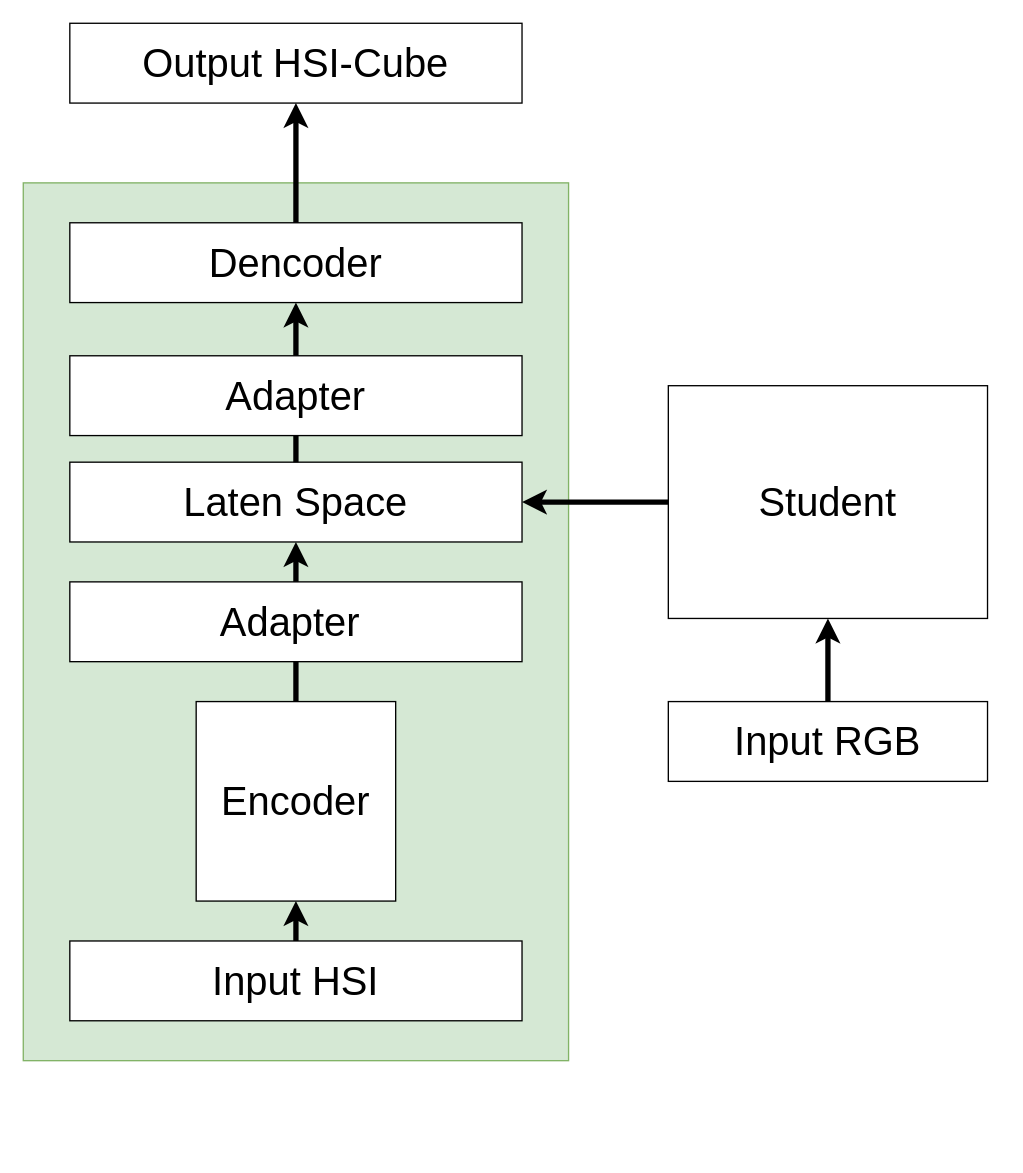
Above: LAB_TSM_v2.drawio in Kevb-source/diagramms.net (draw.io), before the change. Source tidied: cells renumbered, new cells numbered last; positions are measured from the earlier drawing's top-left corner, leaving out a move shared by most shapes. Both pictures are drawn from the tidied source at 133%, with x=0, y=0 at pixel (23, 23).
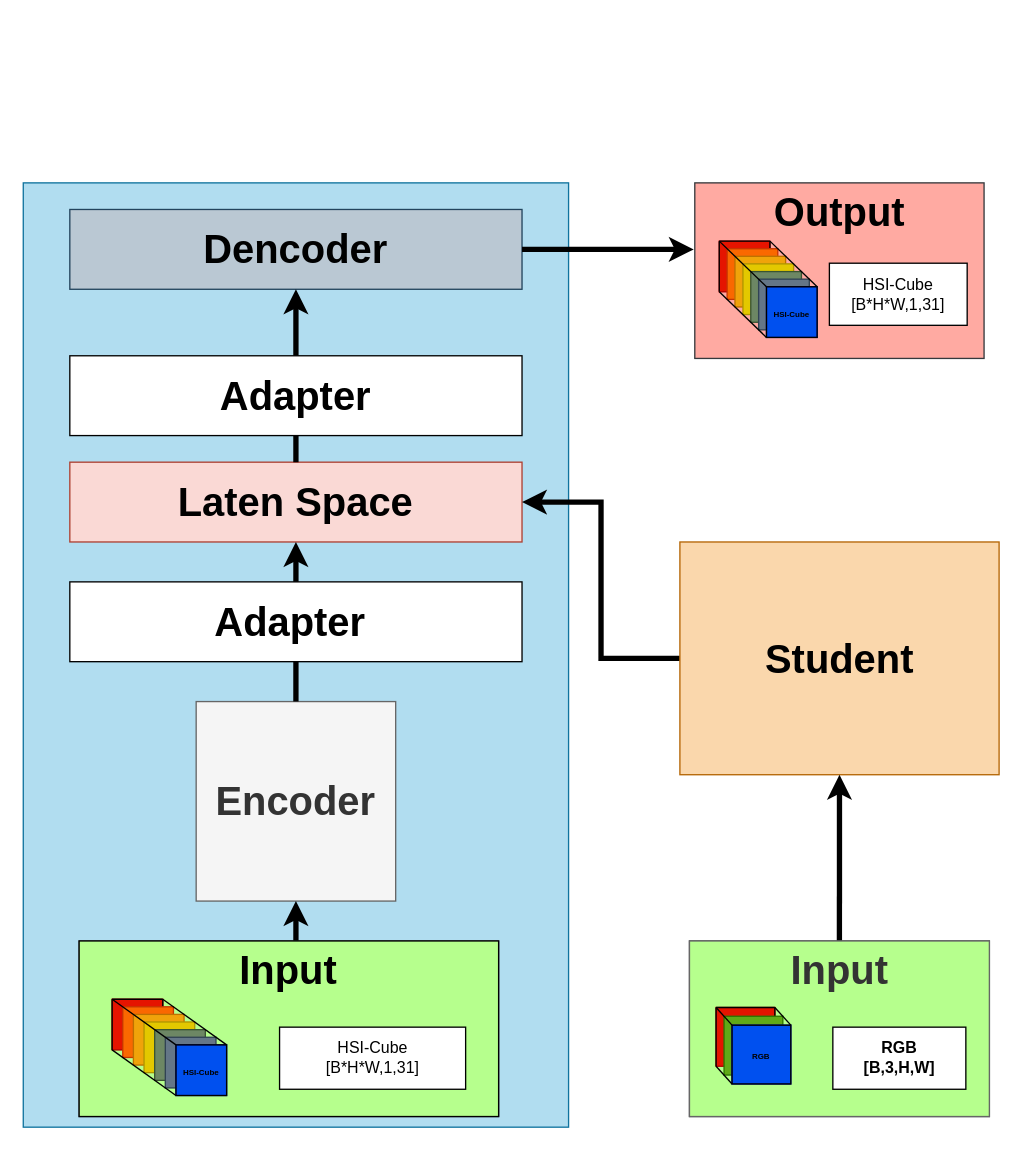
The same diagram, later.

Diff of the diagram source:
```diff
@@
-    <mxCell id="2" style="rounded=0;whiteSpace=wrap;html=1;fillColor=#d5e8d4;strokeColor=#82b366;" parent="1" vertex="1">
-      <mxGeometry y="120" width="410" height="660" as="geometry" />
+    <mxCell id="2" style="rounded=0;whiteSpace=wrap;html=1;fillColor=#b1ddf0;strokeColor=#10739e;fontStyle=1;" parent="1" vertex="1">
+      <mxGeometry y="120" width="410" height="710" as="geometry" />
     </mxCell>
-    <mxCell id="3" value="&lt;font style=&quot;font-size: 30px;&quot;&gt;Output HSI-Cube&lt;/font&gt;" style="rounded=0;whiteSpace=wrap;html=1;" parent="1" vertex="1">
-      <mxGeometry x="35" width="340" height="60" as="geometry" />
-    </mxCell>
-    <mxCell id="4" value="&lt;font style=&quot;font-size: 30px;&quot;&gt;Laten Space&lt;/font&gt;" style="rounded=0;whiteSpace=wrap;html=1;" parent="1" vertex="1">
+    <mxCell id="4" value="&lt;font style=&quot;font-size: 30px;&quot;&gt;Laten Space&lt;/font&gt;" style="rounded=0;whiteSpace=wrap;html=1;fontStyle=1;fillColor=#fad9d5;strokeColor=#ae4132;" parent="1" vertex="1">
       <mxGeometry x="35" y="330" width="340" height="60" as="geometry" />
     </mxCell>
-    <mxCell id="5" value="&lt;font style=&quot;font-size: 30px;&quot;&gt;Dencoder&lt;/font&gt;" style="rounded=0;whiteSpace=wrap;html=1;" parent="1" vertex="1">
-      <mxGeometry x="35" y="150" width="340" height="60" as="geometry" />
+    <mxCell id="5" value="&lt;font style=&quot;font-size: 30px;&quot;&gt;Dencoder&lt;/font&gt;" style="rounded=0;whiteSpace=wrap;html=1;fontStyle=1;fillColor=#bac8d3;strokeColor=#23445d;" parent="1" vertex="1">
+      <mxGeometry x="35" y="140" width="340" height="60" as="geometry" />
     </mxCell>
-    <mxCell id="6" value="&lt;font style=&quot;font-size: 30px;&quot;&gt;Input HSI&lt;/font&gt;" style="rounded=0;whiteSpace=wrap;html=1;" parent="1" vertex="1">
-      <mxGeometry x="35" y="690" width="340" height="60" as="geometry" />
-    </mxCell>
-    <mxCell id="7" style="edgeStyle=orthogonalEdgeStyle;rounded=0;jettySize=auto;html=1;strokeWidth=4;" parent="1" edge="1" source="8" target="4">
+    <mxCell id="7" style="edgeStyle=orthogonalEdgeStyle;rounded=0;jettySize=auto;html=1;strokeWidth=4;fontStyle=1;" parent="1" edge="1" source="8" target="4">
       <mxGeometry relative="1" as="geometry" />
     </mxCell>
-    <mxCell id="8" value="&lt;font style=&quot;font-size: 30px;&quot;&gt;Student&lt;/font&gt;" style="rounded=0;whiteSpace=wrap;html=1;" parent="1" vertex="1">
-      <mxGeometry x="485" y="272.5" width="240" height="175" as="geometry" />
+    <mxCell id="8" value="&lt;font style=&quot;font-size: 30px;&quot;&gt;Student&lt;/font&gt;" style="rounded=0;whiteSpace=wrap;html=1;fillColor=#fad7ac;strokeColor=#b46504;fontStyle=1;" parent="1" vertex="1">
+      <mxGeometry x="493.7" y="390" width="240" height="175" as="geometry" />
     </mxCell>
-    <mxCell id="9" value="&lt;font style=&quot;font-size: 30px;&quot;&gt;Input RGB&lt;/font&gt;" style="rounded=0;whiteSpace=wrap;html=1;" parent="1" vertex="1">
-      <mxGeometry x="485" y="510" width="240" height="60" as="geometry" />
-    </mxCell>
-    <mxCell id="10" style="endArrow=classic;html=1;rounded=0;strokeWidth=4;exitX=0.5;exitY=0;exitDx=0;exitDy=0;entryX=0.5;entryY=1;entryDx=0;entryDy=0;" parent="1" edge="1" source="9" target="8">
+    <mxCell id="10" style="endArrow=classic;html=1;rounded=0;strokeWidth=4;exitX=0.5;exitY=0;exitDx=0;exitDy=0;entryX=0.5;entryY=1;entryDx=0;entryDy=0;fontStyle=1;" parent="1" edge="1" source="38" target="8">
       <mxGeometry relative="1" as="geometry" />
     </mxCell>
-    <mxCell id="11" value="&lt;font style=&quot;font-size: 30px;&quot;&gt;Encoder&lt;/font&gt;" style="whiteSpace=wrap;html=1;" parent="1" vertex="1">
+    <mxCell id="11" value="&lt;font style=&quot;font-size: 30px;&quot;&gt;Encoder&lt;/font&gt;" style="whiteSpace=wrap;html=1;fontStyle=1;fillColor=#f5f5f5;fontColor=#333333;strokeColor=#666666;" parent="1" vertex="1">
       <mxGeometry x="130" y="510" width="150" height="150" as="geometry" />
     </mxCell>
-    <mxCell id="12" style="endArrow=classic;html=1;rounded=0;strokeWidth=4;exitX=0.5;exitY=0;exitDx=0;exitDy=0;entryX=0.5;entryY=1;entryDx=0;entryDy=0;" parent="1" edge="1" source="6" target="11">
-      <mxGeometry relative="1" as="geometry" />
+    <mxCell id="12" style="endArrow=classic;html=1;rounded=0;strokeWidth=4;exitX=0.5;exitY=0;exitDx=0;exitDy=0;entryX=0.5;entryY=1;entryDx=0;entryDy=0;fontStyle=1;" parent="1" edge="1" target="11">
+      <mxGeometry relative="1" as="geometry">
+        <mxPoint x="205" y="690" as="sourcePoint" />
+      </mxGeometry>
     </mxCell>
-    <mxCell id="13" style="endArrow=classic;html=1;rounded=0;strokeWidth=4;exitX=0.5;exitY=0;exitDx=0;exitDy=0;entryX=0.5;entryY=1;entryDx=0;entryDy=0;" parent="1" edge="1" source="11" target="4">
+    <mxCell id="13" style="endArrow=classic;html=1;rounded=0;strokeWidth=4;exitX=0.5;exitY=0;exitDx=0;exitDy=0;entryX=0.5;entryY=1;entryDx=0;entryDy=0;fontStyle=1;" parent="1" edge="1" source="11" target="4">
       <mxGeometry relative="1" as="geometry" />
     </mxCell>
-    <mxCell id="14" style="endArrow=classic;html=1;rounded=0;strokeWidth=4;exitX=0.5;exitY=0;exitDx=0;exitDy=0;entryX=0.5;entryY=1;entryDx=0;entryDy=0;" parent="1" edge="1" source="4" target="5">
+    <mxCell id="14" style="endArrow=classic;html=1;rounded=0;strokeWidth=4;exitX=0.5;exitY=0;exitDx=0;exitDy=0;entryX=0.5;entryY=1;entryDx=0;entryDy=0;fontStyle=1;" parent="1" edge="1" source="4" target="5">
       <mxGeometry relative="1" as="geometry" />
     </mxCell>
-    <mxCell id="15" style="endArrow=classic;html=1;rounded=0;strokeWidth=4;exitX=0.5;exitY=0;exitDx=0;exitDy=0;entryX=0.5;entryY=1;entryDx=0;entryDy=0;" parent="1" edge="1" source="5" target="3">
-      <mxGeometry relative="1" as="geometry" />
-    </mxCell>
-    <mxCell id="16" value="&lt;font style=&quot;font-size: 30px;&quot;&gt;Adapter&amp;nbsp;&lt;/font&gt;" style="rounded=0;whiteSpace=wrap;html=1;" parent="1" vertex="1">
+    <mxCell id="16" value="&lt;font style=&quot;font-size: 30px;&quot;&gt;Adapter&amp;nbsp;&lt;/font&gt;" style="rounded=0;whiteSpace=wrap;html=1;fontStyle=1;" parent="1" vertex="1">
       <mxGeometry x="35" y="420" width="340" height="60" as="geometry" />
     </mxCell>
-    <mxCell id="17" value="&lt;font style=&quot;font-size: 30px;&quot;&gt;Adapter&lt;/font&gt;" style="rounded=0;whiteSpace=wrap;html=1;" parent="1" vertex="1">
+    <mxCell id="17" value="&lt;font style=&quot;font-size: 30px;&quot;&gt;Adapter&lt;/font&gt;" style="rounded=0;whiteSpace=wrap;html=1;fontStyle=1;" parent="1" vertex="1">
       <mxGeometry x="35" y="250" width="340" height="60" as="geometry" />
     </mxCell>
+    <mxCell id="18" style="group;" parent="1" vertex="1">
+      <mxGeometry x="504.9" y="120" width="217.5" height="132" as="geometry" />
+    </mxCell>
+    <mxCell id="19" value="&lt;br&gt;&lt;h1 align=&quot;center&quot;&gt;&lt;b&gt;&lt;font style=&quot;font-size: 30px;&quot;&gt;Output&lt;/font&gt;&lt;/b&gt;&lt;/h1&gt;&lt;div&gt;&lt;br&gt;&lt;/div&gt;&lt;div&gt;&lt;br&gt;&lt;/div&gt;&lt;div&gt;&lt;br&gt;&lt;/div&gt;&lt;div&gt;&lt;br&gt;&lt;/div&gt;&lt;div&gt;&lt;br&gt;&lt;/div&gt;&lt;div&gt;&lt;br&gt;&lt;/div&gt;&lt;div&gt;&lt;br&gt;&lt;/div&gt;" style="rounded=0;whiteSpace=wrap;html=1;align=center;fillColor=#FFAAA2;strokeColor=#36393d;" parent="18" vertex="1">
+      <mxGeometry width="217.5" height="132" as="geometry" />
+    </mxCell>
+    <mxCell id="20" style="group;" parent="18" vertex="1">
+      <mxGeometry x="18.4" y="43.8" width="82.9" height="80" as="geometry" />
+    </mxCell>
+    <mxCell id="21" style="whiteSpace=wrap;html=1;fillColor=#e51400;fontColor=#ffffff;strokeColor=#B20000;" parent="20" vertex="1">
+      <mxGeometry width="38.1" height="38.1" as="geometry" />
+    </mxCell>
+    <mxCell id="22" style="endArrow=none;html=1;rounded=0;entryX=1;entryY=0;entryDx=0;entryDy=0;exitX=1;exitY=1;exitDx=0;exitDy=0;" parent="20" edge="1" source="21" target="21">
+      <mxGeometry relative="1" as="geometry" />
+    </mxCell>
+    <mxCell id="23" style="whiteSpace=wrap;html=1;fillColor=#fa6800;fontColor=#000000;strokeColor=#C73500;" parent="20" vertex="1">
+      <mxGeometry x="5.9" y="5.7" width="38.1" height="38.1" as="geometry" />
+    </mxCell>
+    <mxCell id="24" style="whiteSpace=wrap;html=1;fillColor=#f0a30a;fontColor=#000000;strokeColor=#BD7000;" parent="20" vertex="1">
+      <mxGeometry x="11.8" y="11.4" width="38.1" height="38.1" as="geometry" />
+    </mxCell>
+    <mxCell id="25" style="whiteSpace=wrap;html=1;fillColor=#e3c800;fontColor=#000000;strokeColor=#B09500;" parent="20" vertex="1">
+      <mxGeometry x="17.8" y="17.1" width="38.1" height="38.1" as="geometry" />
+    </mxCell>
+    <mxCell id="26" style="whiteSpace=wrap;html=1;fillColor=#6d8764;fontColor=#ffffff;strokeColor=#3A5431;" parent="20" vertex="1">
+      <mxGeometry x="23.7" y="22.9" width="38.1" height="38.1" as="geometry" />
+    </mxCell>
+    <mxCell id="27" style="whiteSpace=wrap;html=1;fillColor=#647687;fontColor=#ffffff;strokeColor=#314354;" parent="20" vertex="1">
+      <mxGeometry x="29.6" y="28.6" width="38.1" height="38.1" as="geometry" />
+    </mxCell>
+    <mxCell id="28" style="whiteSpace=wrap;html=1;fillColor=#0050ef;strokeColor=#001DBC;fontColor=#ffffff;" parent="20" vertex="1">
+      <mxGeometry x="35.5" y="34.3" width="38.1" height="38.1" as="geometry" />
+    </mxCell>
+    <mxCell id="29" value="&lt;div align=&quot;center&quot;&gt;&lt;font style=&quot;font-size: 6px;&quot;&gt;&lt;b&gt;HSI-Cube&lt;/b&gt;&lt;/font&gt;&lt;/div&gt;" style="whiteSpace=wrap;html=1;fillColor=none;align=center;" parent="20" vertex="1">
+      <mxGeometry x="35.5" y="34.3" width="38.1" height="38.1" as="geometry" />
+    </mxCell>
+    <mxCell id="30" style="endArrow=none;html=1;rounded=0;entryX=1;entryY=0;entryDx=0;entryDy=0;exitX=1;exitY=0;exitDx=0;exitDy=0;" parent="20" edge="1" source="21" target="29">
+      <mxGeometry relative="1" as="geometry" />
+    </mxCell>
+    <mxCell id="31" style="endArrow=none;html=1;rounded=0;entryX=0;entryY=0;entryDx=0;entryDy=0;exitX=0;exitY=0;exitDx=0;exitDy=0;" parent="20" edge="1" source="21" target="29">
+      <mxGeometry relative="1" as="geometry" />
+    </mxCell>
+    <mxCell id="32" style="endArrow=none;html=1;rounded=0;entryX=0;entryY=1;entryDx=0;entryDy=0;exitX=0;exitY=1;exitDx=0;exitDy=0;" parent="20" edge="1" source="21" target="29">
+      <mxGeometry relative="1" as="geometry" />
+    </mxCell>
+    <mxCell id="33" style="endArrow=none;html=1;rounded=0;entryX=0;entryY=0;entryDx=0;entryDy=0;exitX=0;exitY=1;exitDx=0;exitDy=0;" parent="20" edge="1" source="21" target="21">
+      <mxGeometry relative="1" as="geometry" />
+    </mxCell>
+    <mxCell id="34" style="endArrow=none;html=1;rounded=0;entryX=0;entryY=0;entryDx=0;entryDy=0;exitX=1;exitY=0;exitDx=0;exitDy=0;" parent="20" edge="1" source="21" target="21">
+      <mxGeometry relative="1" as="geometry" />
+    </mxCell>
+    <mxCell id="35" value="HSI-Cube&lt;br&gt;[B*H*W,1,31]" style="rounded=0;whiteSpace=wrap;html=1;" parent="18" vertex="1">
+      <mxGeometry x="101.2" y="60.4" width="103.6" height="46.7" as="geometry" />
+    </mxCell>
+    <mxCell id="36" style="endArrow=classic;html=1;rounded=0;strokeWidth=4;exitX=1;exitY=0.5;exitDx=0;exitDy=0;fontStyle=1;" parent="1" edge="1" source="5">
+      <mxGeometry relative="1" as="geometry">
+        <mxPoint x="504.1" y="170" as="targetPoint" />
+      </mxGeometry>
+    </mxCell>
+    <mxCell id="37" style="group;fillColor=#B6FF8D;strokeColor=#36393d;fontStyle=1;" parent="1" vertex="1">
+      <mxGeometry x="500.9" y="690" width="225.5" height="132" as="geometry" />
+    </mxCell>
+    <mxCell id="38" value="&lt;br&gt;&lt;h1 align=&quot;center&quot;&gt;&lt;span&gt;&lt;font style=&quot;font-size: 30px;&quot;&gt;Input&lt;/font&gt;&lt;/span&gt;&lt;/h1&gt;&lt;div&gt;&lt;br&gt;&lt;/div&gt;&lt;div&gt;&lt;br&gt;&lt;/div&gt;&lt;div&gt;&lt;br&gt;&lt;/div&gt;&lt;div&gt;&lt;br&gt;&lt;/div&gt;&lt;div&gt;&lt;br&gt;&lt;/div&gt;&lt;div&gt;&lt;br&gt;&lt;/div&gt;&lt;div&gt;&lt;br&gt;&lt;/div&gt;" style="rounded=0;whiteSpace=wrap;html=1;fillColor=#B6FF8D;strokeColor=#666666;fontColor=#333333;align=center;fontStyle=1;" parent="37" vertex="1">
+      <mxGeometry width="225.5" height="132" as="geometry" />
+    </mxCell>
+    <mxCell id="39" style="group;fontStyle=1;" parent="37" vertex="1">
+      <mxGeometry x="20" y="50" width="60" height="57.5" as="geometry" />
+    </mxCell>
+    <mxCell id="40" style="whiteSpace=wrap;html=1;fillColor=#e51400;fontColor=#ffffff;strokeColor=#B20000;fontStyle=1;" parent="39" vertex="1">
+      <mxGeometry width="44.2" height="44.2" as="geometry" />
+    </mxCell>
+    <mxCell id="41" style="endArrow=none;html=1;rounded=0;entryX=1;entryY=0;entryDx=0;entryDy=0;exitX=1;exitY=1;exitDx=0;exitDy=0;fontStyle=1;" parent="39" edge="1" source="40" target="40">
+      <mxGeometry relative="1" as="geometry" />
+    </mxCell>
+    <mxCell id="42" style="whiteSpace=wrap;html=1;fillColor=#60a917;fontColor=#ffffff;strokeColor=#2D7600;fontStyle=1;" parent="39" vertex="1">
+      <mxGeometry x="6" y="6.6" width="44.2" height="44.2" as="geometry" />
+    </mxCell>
+    <mxCell id="43" style="whiteSpace=wrap;html=1;fillColor=#0050ef;strokeColor=#001DBC;fontColor=#ffffff;fontStyle=1;" parent="39" vertex="1">
+      <mxGeometry x="12" y="13.3" width="44.2" height="44.2" as="geometry" />
+    </mxCell>
+    <mxCell id="44" value="&lt;span&gt;&lt;font style=&quot;font-size: 6px;&quot;&gt;RGB&lt;/font&gt;&lt;/span&gt;" style="whiteSpace=wrap;html=1;fillColor=none;align=center;fontStyle=1;" parent="39" vertex="1">
+      <mxGeometry x="12" y="13.3" width="44.2" height="44.2" as="geometry" />
+    </mxCell>
+    <mxCell id="45" style="endArrow=none;html=1;rounded=0;entryX=1;entryY=0;entryDx=0;entryDy=0;exitX=1;exitY=0;exitDx=0;exitDy=0;fontStyle=1;" parent="39" edge="1" source="40" target="44">
+      <mxGeometry relative="1" as="geometry" />
+    </mxCell>
+    <mxCell id="46" style="endArrow=none;html=1;rounded=0;entryX=0;entryY=0;entryDx=0;entryDy=0;exitX=0;exitY=0;exitDx=0;exitDy=0;fontStyle=1;" parent="39" edge="1" source="40" target="44">
+      <mxGeometry relative="1" as="geometry" />
+    </mxCell>
+    <mxCell id="47" style="endArrow=none;html=1;rounded=0;entryX=0;entryY=1;entryDx=0;entryDy=0;exitX=0;exitY=1;exitDx=0;exitDy=0;fontStyle=1;" parent="39" edge="1" source="40" target="44">
+      <mxGeometry relative="1" as="geometry" />
+    </mxCell>
+    <mxCell id="48" style="endArrow=none;html=1;rounded=0;entryX=0;entryY=0;entryDx=0;entryDy=0;exitX=1;exitY=0;exitDx=0;exitDy=0;fontStyle=1;" parent="39" edge="1" source="40">
+      <mxGeometry relative="1" as="geometry">
+        <mxPoint as="targetPoint" />
+      </mxGeometry>
+    </mxCell>
+    <mxCell id="49" style="endArrow=none;html=1;rounded=0;entryX=0;entryY=0;entryDx=0;entryDy=0;exitX=0;exitY=1;exitDx=0;exitDy=0;fontStyle=1;" parent="39" edge="1" source="40" target="40">
+      <mxGeometry relative="1" as="geometry" />
+    </mxCell>
+    <mxCell id="50" value="RGB&lt;br&gt;[B,3,H,W]" style="rounded=0;whiteSpace=wrap;html=1;fontStyle=1;" parent="37" vertex="1">
+      <mxGeometry x="107.8" y="64.8" width="100" height="46.7" as="geometry" />
+    </mxCell>
+    <mxCell id="51" style="group;fillColor=default;strokeColor=#36393d;" parent="1" vertex="1">
+      <mxGeometry x="42" y="690" width="315.4" height="132" as="geometry" />
+    </mxCell>
+    <mxCell id="52" value="&lt;br&gt;&lt;h1 align=&quot;center&quot;&gt;&lt;b&gt;&lt;font style=&quot;font-size: 30px;&quot;&gt;Input&lt;/font&gt;&lt;/b&gt;&lt;/h1&gt;&lt;div&gt;&lt;br&gt;&lt;/div&gt;&lt;div&gt;&lt;br&gt;&lt;/div&gt;&lt;div&gt;&lt;br&gt;&lt;/div&gt;&lt;div&gt;&lt;br&gt;&lt;/div&gt;&lt;div&gt;&lt;br&gt;&lt;/div&gt;&lt;div&gt;&lt;br&gt;&lt;/div&gt;&lt;div&gt;&lt;br&gt;&lt;/div&gt;" style="rounded=0;whiteSpace=wrap;html=1;align=center;fillColor=#B6FF8D;" parent="51" vertex="1">
+      <mxGeometry width="315.4" height="132" as="geometry" />
+    </mxCell>
+    <mxCell id="53" style="group;" parent="51" vertex="1">
+      <mxGeometry x="24.8" y="43.8" width="111.9" height="80" as="geometry" />
+    </mxCell>
+    <mxCell id="54" style="whiteSpace=wrap;html=1;fillColor=#e51400;fontColor=#ffffff;strokeColor=#B20000;" parent="53" vertex="1">
+      <mxGeometry width="38.1" height="38.1" as="geometry" />
+    </mxCell>
+    <mxCell id="55" style="endArrow=none;html=1;rounded=0;entryX=1;entryY=0;entryDx=0;entryDy=0;exitX=1;exitY=1;exitDx=0;exitDy=0;" parent="53" edge="1" source="54" target="54">
+      <mxGeometry relative="1" as="geometry" />
+    </mxCell>
+    <mxCell id="56" style="whiteSpace=wrap;html=1;fillColor=#fa6800;fontColor=#000000;strokeColor=#C73500;" parent="53" vertex="1">
+      <mxGeometry x="8" y="5.7" width="38.1" height="38.1" as="geometry" />
+    </mxCell>
+    <mxCell id="57" style="whiteSpace=wrap;html=1;fillColor=#f0a30a;fontColor=#000000;strokeColor=#BD7000;" parent="53" vertex="1">
+      <mxGeometry x="16" y="11.4" width="38.1" height="38.1" as="geometry" />
+    </mxCell>
+    <mxCell id="58" style="whiteSpace=wrap;html=1;fillColor=#e3c800;fontColor=#000000;strokeColor=#B09500;" parent="53" vertex="1">
+      <mxGeometry x="24" y="17.1" width="38.1" height="38.1" as="geometry" />
+    </mxCell>
+    <mxCell id="59" style="whiteSpace=wrap;html=1;fillColor=#6d8764;fontColor=#ffffff;strokeColor=#3A5431;" parent="53" vertex="1">
+      <mxGeometry x="32" y="22.9" width="38.1" height="38.1" as="geometry" />
+    </mxCell>
+    <mxCell id="60" style="whiteSpace=wrap;html=1;fillColor=#647687;fontColor=#ffffff;strokeColor=#314354;" parent="53" vertex="1">
+      <mxGeometry x="40" y="28.6" width="38.1" height="38.1" as="geometry" />
+    </mxCell>
+    <mxCell id="61" style="whiteSpace=wrap;html=1;fillColor=#0050ef;strokeColor=#001DBC;fontColor=#ffffff;" parent="53" vertex="1">
+      <mxGeometry x="48" y="34.3" width="38.1" height="38.1" as="geometry" />
+    </mxCell>
+    <mxCell id="62" value="&lt;div align=&quot;center&quot;&gt;&lt;font style=&quot;font-size: 6px;&quot;&gt;&lt;b&gt;HSI-Cube&lt;/b&gt;&lt;/font&gt;&lt;/div&gt;" style="whiteSpace=wrap;html=1;fillColor=none;align=center;" parent="53" vertex="1">
+      <mxGeometry x="48" y="34.3" width="38.1" height="38.1" as="geometry" />
+    </mxCell>
+    <mxCell id="63" style="endArrow=none;html=1;rounded=0;entryX=1;entryY=0;entryDx=0;entryDy=0;exitX=1;exitY=0;exitDx=0;exitDy=0;" parent="53" edge="1" source="54" target="62">
+      <mxGeometry relative="1" as="geometry" />
+    </mxCell>
+    <mxCell id="64" style="endArrow=none;html=1;rounded=0;entryX=0;entryY=0;entryDx=0;entryDy=0;exitX=0;exitY=0;exitDx=0;exitDy=0;" parent="53" edge="1" source="54" target="62">
+      <mxGeometry relative="1" as="geometry" />
+    </mxCell>
+    <mxCell id="65" style="endArrow=none;html=1;rounded=0;entryX=0;entryY=1;entryDx=0;entryDy=0;exitX=0;exitY=1;exitDx=0;exitDy=0;" parent="53" edge="1" source="54" target="62">
+      <mxGeometry relative="1" as="geometry" />
+    </mxCell>
+    <mxCell id="66" style="endArrow=none;html=1;rounded=0;entryX=0;entryY=0;entryDx=0;entryDy=0;exitX=0;exitY=1;exitDx=0;exitDy=0;" parent="53" edge="1" source="54" target="54">
+      <mxGeometry relative="1" as="geometry" />
+    </mxCell>
+    <mxCell id="67" style="endArrow=none;html=1;rounded=0;entryX=0;entryY=0;entryDx=0;entryDy=0;exitX=1;exitY=0;exitDx=0;exitDy=0;" parent="53" edge="1" source="54" target="54">
+      <mxGeometry relative="1" as="geometry" />
+    </mxCell>
+    <mxCell id="68" value="HSI-Cube&lt;br&gt;[B*H*W,1,31]" style="rounded=0;whiteSpace=wrap;html=1;" parent="51" vertex="1">
+      <mxGeometry x="150.7" y="64.8" width="139.9" height="46.7" as="geometry" />
+    </mxCell>
```
